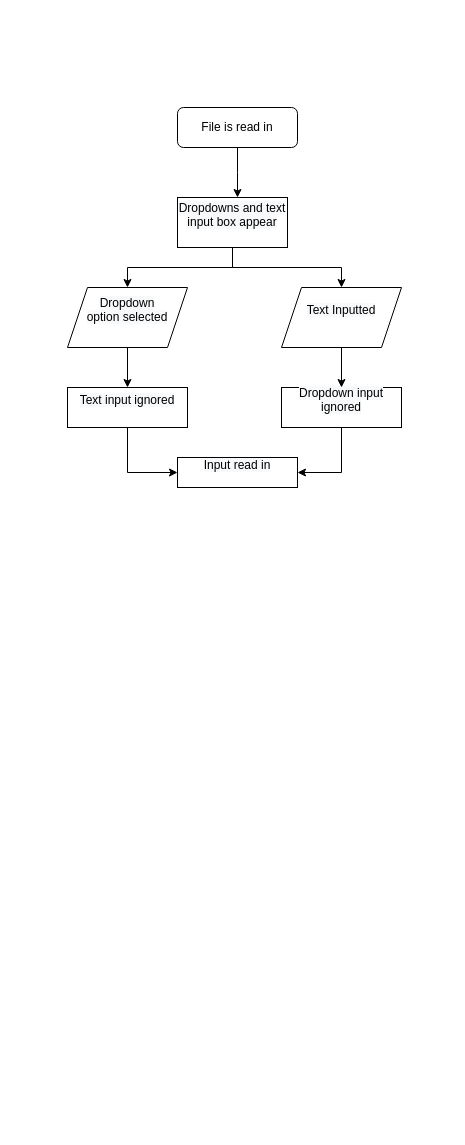
Earlier version of the draw.io diagram Untitled Diagram.drawio (Dovahcake/Research-Tool). Source tidied: cells renumbered, new cells numbered last; positions are measured from the earlier drawing's top-left corner, leaving out a move shared by most shapes. Both pictures are drawn from the tidied source at 100%, with x=0, y=0 at pixel (67, 107).
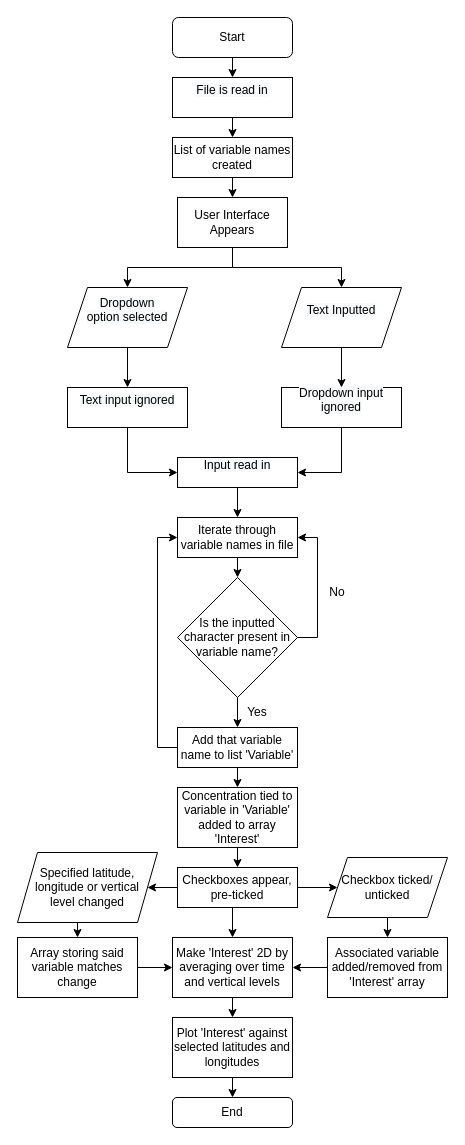
After the change.

The change refers to these unchanged cells:
```xml
<mxCell id="15" value="&#10;&lt;span style=&quot;color: rgb(0, 0, 0); font-family: Helvetica; font-size: 12px; font-style: normal; font-variant-ligatures: normal; font-variant-caps: normal; font-weight: 400; letter-spacing: normal; orphans: 2; text-align: center; text-indent: 0px; text-transform: none; widows: 2; word-spacing: 0px; -webkit-text-stroke-width: 0px; background-color: rgb(248, 249, 250); text-decoration-thickness: initial; text-decoration-style: initial; text-decoration-color: initial; float: none; display: inline !important;&quot;&gt;Input read in&lt;/span&gt;&#10;&#10;" style="rounded=0;whiteSpace=wrap;html=1;" parent="1" vertex="1">
  <mxGeometry x="110" y="350" width="120" height="30" as="geometry" />
</mxCell>
```

Change to the diagram source:
```diff
@@
-    <mxCell id="2" style="edgeStyle=orthogonalEdgeStyle;rounded=0;jettySize=auto;html=1;exitX=0.5;exitY=1;exitDx=0;exitDy=0;entryX=0.5;entryY=0;entryDx=0;entryDy=0;" parent="1" edge="1" source="3">
-      <mxGeometry relative="1" as="geometry">
-        <mxPoint x="170" y="90" as="targetPoint" />
-      </mxGeometry>
-    </mxCell>
-    <mxCell id="3" value="File is read in" style="rounded=1;whiteSpace=wrap;html=1;fontSize=12;glass=0;strokeWidth=1;shadow=0;" parent="1" vertex="1">
-      <mxGeometry x="110" width="120" height="40" as="geometry" />
-    </mxCell>
@@
-    <mxCell id="6" value="&#10;&lt;span style=&quot;color: rgb(0, 0, 0); font-family: Helvetica; font-size: 12px; font-style: normal; font-variant-ligatures: normal; font-variant-caps: normal; font-weight: 400; letter-spacing: normal; orphans: 2; text-align: center; text-indent: 0px; text-transform: none; widows: 2; word-spacing: 0px; -webkit-text-stroke-width: 0px; background-color: rgb(248, 249, 250); text-decoration-thickness: initial; text-decoration-style: initial; text-decoration-color: initial; float: none; display: inline !important;&quot;&gt;Dropdowns and text input box appear&lt;/span&gt;&#10;&#10;" style="rounded=0;whiteSpace=wrap;html=1;" parent="1" vertex="1">
+    <mxCell id="6" value="User Interface Appears&lt;br&gt;" style="rounded=0;whiteSpace=wrap;html=1;" parent="1" vertex="1">
       <mxGeometry x="110" y="90" width="110" height="50" as="geometry" />
     </mxCell>
@@
+    <mxCell id="16" style="edgeStyle=orthogonalEdgeStyle;rounded=0;jettySize=auto;html=1;exitX=0.5;exitY=1;exitDx=0;exitDy=0;entryX=0.5;entryY=0;entryDx=0;entryDy=0;" parent="1" edge="1" source="15">
+      <mxGeometry relative="1" as="geometry">
+        <mxPoint x="170" y="410" as="targetPoint" />
+      </mxGeometry>
+    </mxCell>
@@
+    <mxCell id="17" style="edgeStyle=orthogonalEdgeStyle;rounded=0;jettySize=auto;html=1;exitX=0.5;exitY=1;exitDx=0;exitDy=0;entryX=0.5;entryY=0;entryDx=0;entryDy=0;" parent="1" edge="1" source="18" target="26">
+      <mxGeometry relative="1" as="geometry" />
+    </mxCell>
+    <mxCell id="18" value="Iterate through variable names in file" style="rounded=0;whiteSpace=wrap;html=1;" parent="1" vertex="1">
+      <mxGeometry x="110" y="410" width="120" height="40" as="geometry" />
+    </mxCell>
+    <mxCell id="19" style="edgeStyle=orthogonalEdgeStyle;rounded=0;jettySize=auto;html=1;exitX=0.5;exitY=1;exitDx=0;exitDy=0;entryX=0.5;entryY=0;entryDx=0;entryDy=0;" parent="1" edge="1" source="20" target="6">
+      <mxGeometry relative="1" as="geometry" />
+    </mxCell>
+    <mxCell id="20" value="List of variable names created" style="rounded=0;whiteSpace=wrap;html=1;" parent="1" vertex="1">
+      <mxGeometry x="105" y="30" width="120" height="40" as="geometry" />
+    </mxCell>
+    <mxCell id="21" style="edgeStyle=orthogonalEdgeStyle;rounded=0;jettySize=auto;html=1;exitX=0.5;exitY=1;exitDx=0;exitDy=0;entryX=0.5;entryY=0;entryDx=0;entryDy=0;" parent="1" edge="1" source="3" target="20">
+      <mxGeometry relative="1" as="geometry" />
+    </mxCell>
+    <mxCell id="3" value="&#10;&lt;span style=&quot;color: rgb(0, 0, 0); font-family: Helvetica; font-size: 12px; font-style: normal; font-variant-ligatures: normal; font-variant-caps: normal; font-weight: 400; letter-spacing: normal; orphans: 2; text-align: center; text-indent: 0px; text-transform: none; widows: 2; word-spacing: 0px; -webkit-text-stroke-width: 0px; background-color: rgb(248, 249, 250); text-decoration-thickness: initial; text-decoration-style: initial; text-decoration-color: initial; float: none; display: inline !important;&quot;&gt;File is read in&lt;/span&gt;&#10;&#10;" style="rounded=0;whiteSpace=wrap;html=1;" parent="1" vertex="1">
+      <mxGeometry x="105" y="-30" width="120" height="40" as="geometry" />
+    </mxCell>
+    <mxCell id="22" style="edgeStyle=orthogonalEdgeStyle;rounded=0;jettySize=auto;html=1;exitX=0.5;exitY=1;exitDx=0;exitDy=0;entryX=0.5;entryY=0;entryDx=0;entryDy=0;" parent="1" edge="1" source="23" target="3">
+      <mxGeometry relative="1" as="geometry" />
+    </mxCell>
+    <mxCell id="23" value="Start" style="rounded=1;whiteSpace=wrap;html=1;" parent="1" vertex="1">
+      <mxGeometry x="105" y="-90" width="120" height="40" as="geometry" />
+    </mxCell>
+    <mxCell id="24" style="edgeStyle=orthogonalEdgeStyle;rounded=0;jettySize=auto;html=1;exitX=0.5;exitY=1;exitDx=0;exitDy=0;entryX=0.5;entryY=0;entryDx=0;entryDy=0;" parent="1" edge="1" source="26" target="29">
+      <mxGeometry relative="1" as="geometry" />
+    </mxCell>
+    <mxCell id="25" style="edgeStyle=orthogonalEdgeStyle;rounded=0;jettySize=auto;html=1;exitX=1;exitY=0.5;exitDx=0;exitDy=0;entryX=1;entryY=0.5;entryDx=0;entryDy=0;" parent="1" edge="1" source="26" target="18">
+      <mxGeometry relative="1" as="geometry" />
+    </mxCell>
+    <mxCell id="26" value="Is the inputted character present in variable name?" style="rhombus;whiteSpace=wrap;html=1;" parent="1" vertex="1">
+      <mxGeometry x="110" y="470" width="120" height="120" as="geometry" />
+    </mxCell>
+    <mxCell id="27" style="edgeStyle=orthogonalEdgeStyle;rounded=0;jettySize=auto;html=1;exitX=0;exitY=0.5;exitDx=0;exitDy=0;entryX=0;entryY=0.5;entryDx=0;entryDy=0;" parent="1" edge="1" source="29" target="18">
+      <mxGeometry relative="1" as="geometry" />
+    </mxCell>
+    <mxCell id="28" style="edgeStyle=orthogonalEdgeStyle;rounded=0;jettySize=auto;html=1;exitX=0.5;exitY=1;exitDx=0;exitDy=0;entryX=0.5;entryY=0;entryDx=0;entryDy=0;" parent="1" edge="1" source="29" target="33">
+      <mxGeometry relative="1" as="geometry" />
+    </mxCell>
+    <mxCell id="29" value="Add that variable name to list 'Variable'" style="rounded=0;whiteSpace=wrap;html=1;" parent="1" vertex="1">
+      <mxGeometry x="110" y="620" width="120" height="40" as="geometry" />
+    </mxCell>
+    <mxCell id="30" value="Yes" style="text;html=1;strokeColor=none;fillColor=none;align=center;verticalAlign=middle;whiteSpace=wrap;rounded=0;" parent="1" vertex="1">
+      <mxGeometry x="160" y="590" width="60" height="30" as="geometry" />
+    </mxCell>
+    <mxCell id="31" value="No" style="text;html=1;strokeColor=none;fillColor=none;align=center;verticalAlign=middle;whiteSpace=wrap;rounded=0;" parent="1" vertex="1">
+      <mxGeometry x="240" y="470" width="60" height="30" as="geometry" />
+    </mxCell>
+    <mxCell id="32" style="edgeStyle=orthogonalEdgeStyle;rounded=0;jettySize=auto;html=1;exitX=0.5;exitY=1;exitDx=0;exitDy=0;entryX=0.5;entryY=0;entryDx=0;entryDy=0;" parent="1" edge="1" source="33" target="37">
+      <mxGeometry relative="1" as="geometry" />
+    </mxCell>
+    <mxCell id="33" value="Concentration tied to variable in 'Variable' added to array 'Interest'" style="rounded=0;whiteSpace=wrap;html=1;" parent="1" vertex="1">
+      <mxGeometry x="110" y="680" width="120" height="60" as="geometry" />
+    </mxCell>
+    <mxCell id="34" style="edgeStyle=orthogonalEdgeStyle;rounded=0;jettySize=auto;html=1;exitX=1;exitY=0.5;exitDx=0;exitDy=0;" parent="1" edge="1" source="37" target="39">
+      <mxGeometry relative="1" as="geometry" />
+    </mxCell>
+    <mxCell id="35" style="edgeStyle=orthogonalEdgeStyle;rounded=0;jettySize=auto;html=1;exitX=0;exitY=0.5;exitDx=0;exitDy=0;entryX=1;entryY=0.5;entryDx=0;entryDy=0;" parent="1" edge="1" source="37" target="43">
+      <mxGeometry relative="1" as="geometry" />
+    </mxCell>
+    <mxCell id="36" style="edgeStyle=orthogonalEdgeStyle;rounded=0;jettySize=auto;html=1;exitX=0.5;exitY=1;exitDx=0;exitDy=0;entryX=0.5;entryY=0;entryDx=0;entryDy=0;" parent="1" edge="1" source="37" target="47">
+      <mxGeometry relative="1" as="geometry" />
+    </mxCell>
+    <mxCell id="37" value="Checkboxes appear, pre-ticked" style="rounded=0;whiteSpace=wrap;html=1;" parent="1" vertex="1">
+      <mxGeometry x="110" y="760" width="120" height="40" as="geometry" />
+    </mxCell>
+    <mxCell id="38" style="edgeStyle=orthogonalEdgeStyle;rounded=0;jettySize=auto;html=1;exitX=0.5;exitY=1;exitDx=0;exitDy=0;entryX=0.5;entryY=0;entryDx=0;entryDy=0;" parent="1" edge="1" source="39" target="41">
+      <mxGeometry relative="1" as="geometry" />
+    </mxCell>
+    <mxCell id="39" value="Checkbox ticked/ unticked" style="shape=parallelogram;perimeter=parallelogramPerimeter;whiteSpace=wrap;html=1;fixedSize=1;" parent="1" vertex="1">
+      <mxGeometry x="260" y="750" width="120" height="60" as="geometry" />
+    </mxCell>
+    <mxCell id="40" style="edgeStyle=orthogonalEdgeStyle;rounded=0;jettySize=auto;html=1;exitX=0;exitY=0.5;exitDx=0;exitDy=0;entryX=1;entryY=0.5;entryDx=0;entryDy=0;" parent="1" edge="1" source="41" target="47">
+      <mxGeometry relative="1" as="geometry" />
+    </mxCell>
+    <mxCell id="41" value="Associated variable added/removed from 'Interest' array" style="rounded=0;whiteSpace=wrap;html=1;" parent="1" vertex="1">
+      <mxGeometry x="260" y="830" width="120" height="60" as="geometry" />
+    </mxCell>
+    <mxCell id="42" style="edgeStyle=orthogonalEdgeStyle;rounded=0;jettySize=auto;html=1;exitX=0.5;exitY=1;exitDx=0;exitDy=0;entryX=0.5;entryY=0;entryDx=0;entryDy=0;" parent="1" edge="1" source="43" target="45">
+      <mxGeometry relative="1" as="geometry" />
+    </mxCell>
+    <mxCell id="43" value="Specified latitude, longitude or vertical &lt;br&gt;level changed" style="shape=parallelogram;perimeter=parallelogramPerimeter;whiteSpace=wrap;html=1;fixedSize=1;" parent="1" vertex="1">
+      <mxGeometry x="-50" y="745" width="140" height="70" as="geometry" />
+    </mxCell>
+    <mxCell id="44" style="edgeStyle=orthogonalEdgeStyle;rounded=0;jettySize=auto;html=1;exitX=1;exitY=0.5;exitDx=0;exitDy=0;entryX=0;entryY=0.5;entryDx=0;entryDy=0;" parent="1" edge="1" source="45" target="47">
+      <mxGeometry relative="1" as="geometry" />
+    </mxCell>
+    <mxCell id="45" value="Array storing said variable matches change" style="rounded=0;whiteSpace=wrap;html=1;" parent="1" vertex="1">
+      <mxGeometry x="-50" y="830" width="120" height="60" as="geometry" />
+    </mxCell>
+    <mxCell id="46" style="edgeStyle=orthogonalEdgeStyle;rounded=0;jettySize=auto;html=1;exitX=0.5;exitY=1;exitDx=0;exitDy=0;entryX=0.5;entryY=0;entryDx=0;entryDy=0;" parent="1" edge="1" source="47" target="49">
+      <mxGeometry relative="1" as="geometry" />
+    </mxCell>
+    <mxCell id="47" value="Make 'Interest' 2D by averaging over time and vertical levels" style="rounded=0;whiteSpace=wrap;html=1;" parent="1" vertex="1">
+      <mxGeometry x="105" y="830" width="120" height="60" as="geometry" />
+    </mxCell>
+    <mxCell id="48" style="edgeStyle=orthogonalEdgeStyle;rounded=0;jettySize=auto;html=1;exitX=0.5;exitY=1;exitDx=0;exitDy=0;entryX=0.5;entryY=0;entryDx=0;entryDy=0;" parent="1" edge="1" source="49" target="50">
+      <mxGeometry relative="1" as="geometry" />
+    </mxCell>
+    <mxCell id="49" value="Plot 'Interest' against selected latitudes and longitudes" style="rounded=0;whiteSpace=wrap;html=1;" parent="1" vertex="1">
+      <mxGeometry x="105" y="910" width="120" height="60" as="geometry" />
+    </mxCell>
+    <mxCell id="50" value="End" style="rounded=1;whiteSpace=wrap;html=1;" parent="1" vertex="1">
+      <mxGeometry x="105" y="990" width="120" height="30" as="geometry" />
+    </mxCell>
```
